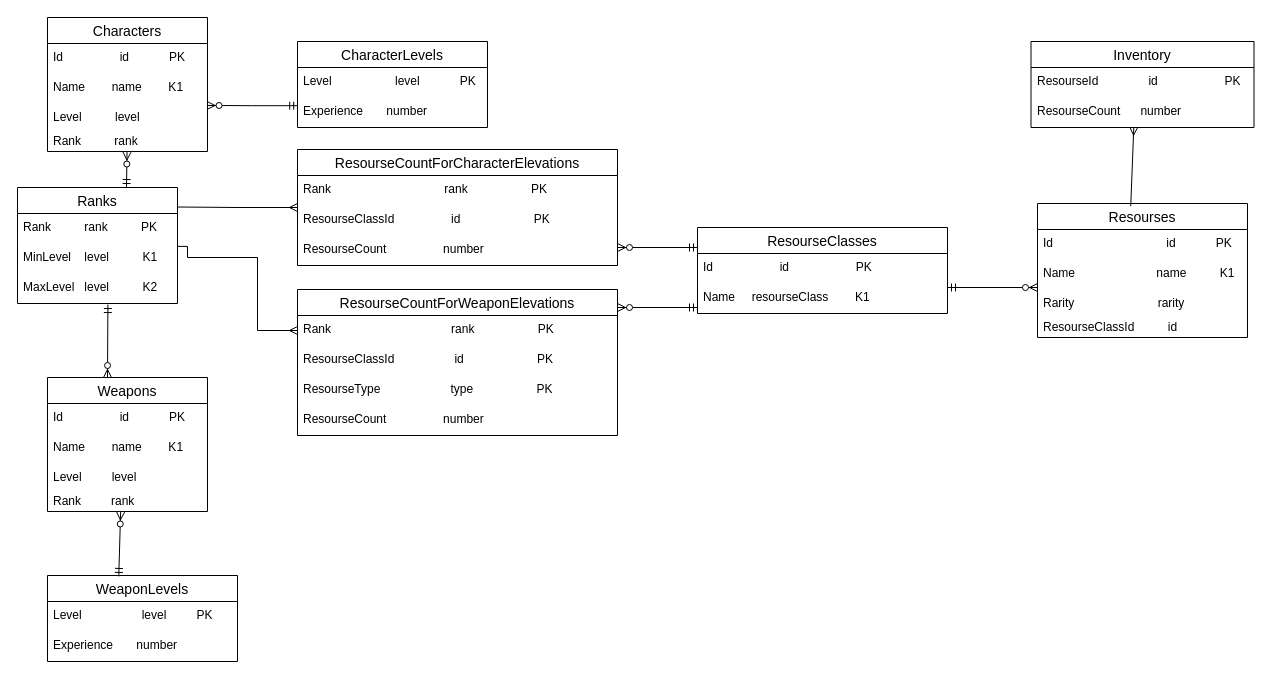
This is project/models/ERM.drawio from Matrixoid/itmo-database-course, a draw.io file, before an edit. Source tidied: cells renumbered, new cells numbered last; positions are measured from the earlier drawing's top-left corner, leaving out a move shared by most shapes. Both pictures are drawn from the tidied source at 100%, with x=0, y=0 at pixel (17, 17).
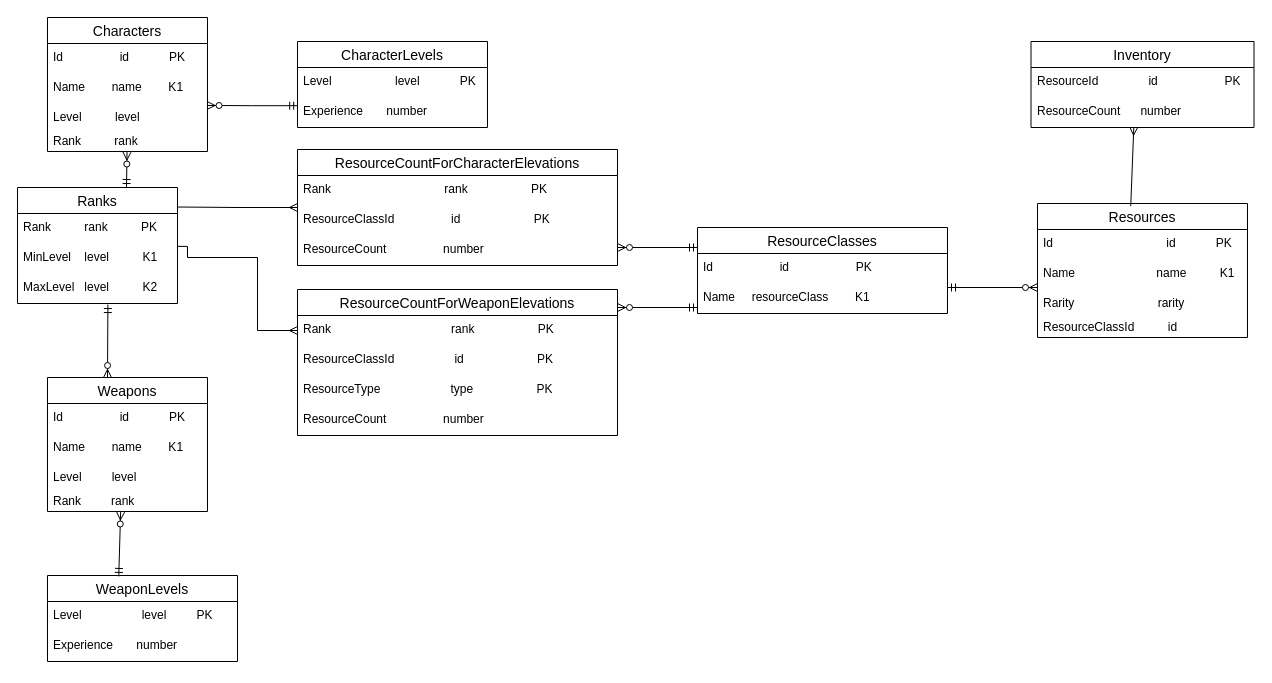
After the change.

Unchanged cells that the change refers to:
```xml
<mxCell id="35" value="Inventory" style="swimlane;fontStyle=0;horizontal=1;startSize=26;align=center;fontSize=14;" parent="1" vertex="1">
  <mxGeometry x="1013.5" y="24" width="223" height="86" as="geometry" />
</mxCell>
```

Diff of the diagram source:
```diff
@@
-    <mxCell id="7" value="Resourses" style="swimlane;fontStyle=0;horizontal=1;startSize=26;align=center;fontSize=14;" parent="1" vertex="1">
+    <mxCell id="7" value="Resources" style="swimlane;fontStyle=0;horizontal=1;startSize=26;align=center;fontSize=14;" parent="1" vertex="1">
       <mxGeometry x="1020" y="186" width="210" height="134" as="geometry" />
     </mxCell>
@@
-    <mxCell id="11" value="ResourseClassId&amp;nbsp; &amp;nbsp; &amp;nbsp; &amp;nbsp; &amp;nbsp; id" style="text;strokeColor=none;fillColor=none;spacingLeft=4;spacingRight=4;overflow=hidden;fontSize=12;whiteSpace=wrap;html=1;" parent="7" vertex="1">
+    <mxCell id="11" value="ResourceClassId&amp;nbsp; &amp;nbsp; &amp;nbsp; &amp;nbsp; &amp;nbsp; id" style="text;strokeColor=none;fillColor=none;spacingLeft=4;spacingRight=4;overflow=hidden;fontSize=12;whiteSpace=wrap;html=1;" parent="7" vertex="1">
       <mxGeometry y="110" width="210" height="24" as="geometry" />
     </mxCell>
-    <mxCell id="12" value="ResourseClasses" style="swimlane;fontStyle=0;horizontal=1;startSize=26;align=center;fontSize=14;" parent="1" vertex="1">
+    <mxCell id="12" value="ResourceClasses" style="swimlane;fontStyle=0;horizontal=1;startSize=26;align=center;fontSize=14;" parent="1" vertex="1">
       <mxGeometry x="680" y="210" width="250" height="86" as="geometry" />
     </mxCell>
@@
-    <mxCell id="14" value="Name&amp;nbsp; &amp;nbsp; &amp;nbsp;resourseClass&amp;nbsp; &amp;nbsp; &amp;nbsp; &amp;nbsp; K1" style="text;strokeColor=none;fillColor=none;spacingLeft=4;spacingRight=4;overflow=hidden;fontSize=12;whiteSpace=wrap;html=1;" parent="12" vertex="1">
+    <mxCell id="14" value="Name&amp;nbsp; &amp;nbsp; &amp;nbsp;resourceClass&amp;nbsp; &amp;nbsp; &amp;nbsp; &amp;nbsp; K1" style="text;strokeColor=none;fillColor=none;spacingLeft=4;spacingRight=4;overflow=hidden;fontSize=12;whiteSpace=wrap;html=1;" parent="12" vertex="1">
       <mxGeometry y="56" width="250" height="30" as="geometry" />
     </mxCell>
-    <mxCell id="15" value="ResourseCountForCharacterElevations" style="swimlane;fontStyle=0;horizontal=1;startSize=26;align=center;fontSize=14;" parent="1" vertex="1">
+    <mxCell id="15" value="ResourceCountForCharacterElevations" style="swimlane;fontStyle=0;horizontal=1;startSize=26;align=center;fontSize=14;" parent="1" vertex="1">
       <mxGeometry x="280" y="132" width="320" height="116" as="geometry" />
     </mxCell>
@@
-    <mxCell id="17" value="ResourseClassId&amp;nbsp; &amp;nbsp; &amp;nbsp; &amp;nbsp; &amp;nbsp; &amp;nbsp; &amp;nbsp; &amp;nbsp; &amp;nbsp;id&amp;nbsp; &amp;nbsp; &amp;nbsp; &amp;nbsp; &amp;nbsp; &amp;nbsp; &amp;nbsp; &amp;nbsp; &amp;nbsp; &amp;nbsp; &amp;nbsp; PK" style="text;strokeColor=none;fillColor=none;spacingLeft=4;spacingRight=4;overflow=hidden;fontSize=12;whiteSpace=wrap;html=1;" parent="15" vertex="1">
+    <mxCell id="17" value="ResourceClassId&amp;nbsp; &amp;nbsp; &amp;nbsp; &amp;nbsp; &amp;nbsp; &amp;nbsp; &amp;nbsp; &amp;nbsp; &amp;nbsp;id&amp;nbsp; &amp;nbsp; &amp;nbsp; &amp;nbsp; &amp;nbsp; &amp;nbsp; &amp;nbsp; &amp;nbsp; &amp;nbsp; &amp;nbsp; &amp;nbsp; PK" style="text;strokeColor=none;fillColor=none;spacingLeft=4;spacingRight=4;overflow=hidden;fontSize=12;whiteSpace=wrap;html=1;" parent="15" vertex="1">
       <mxGeometry y="56" width="320" height="30" as="geometry" />
     </mxCell>
-    <mxCell id="18" value="ResourseCount&amp;nbsp; &amp;nbsp; &amp;nbsp; &amp;nbsp; &amp;nbsp; &amp;nbsp; &amp;nbsp; &amp;nbsp; &amp;nbsp;number" style="text;strokeColor=none;fillColor=none;spacingLeft=4;spacingRight=4;overflow=hidden;fontSize=12;whiteSpace=wrap;html=1;" parent="15" vertex="1">
+    <mxCell id="18" value="ResourceCount&amp;nbsp; &amp;nbsp; &amp;nbsp; &amp;nbsp; &amp;nbsp; &amp;nbsp; &amp;nbsp; &amp;nbsp; &amp;nbsp;number" style="text;strokeColor=none;fillColor=none;spacingLeft=4;spacingRight=4;overflow=hidden;fontSize=12;whiteSpace=wrap;html=1;" parent="15" vertex="1">
       <mxGeometry y="86" width="320" height="30" as="geometry" />
     </mxCell>
@@
-    <mxCell id="27" value="ResourseCountForWeaponElevations" style="swimlane;fontStyle=0;horizontal=1;startSize=26;align=center;fontSize=14;" parent="1" vertex="1">
+    <mxCell id="27" value="ResourceCountForWeaponElevations" style="swimlane;fontStyle=0;horizontal=1;startSize=26;align=center;fontSize=14;" parent="1" vertex="1">
       <mxGeometry x="280" y="272" width="320" height="146" as="geometry" />
     </mxCell>
@@
-    <mxCell id="29" value="ResourseClassId&amp;nbsp; &amp;nbsp; &amp;nbsp; &amp;nbsp; &amp;nbsp; &amp;nbsp; &amp;nbsp; &amp;nbsp; &amp;nbsp; id&amp;nbsp; &amp;nbsp; &amp;nbsp; &amp;nbsp; &amp;nbsp; &amp;nbsp; &amp;nbsp; &amp;nbsp; &amp;nbsp; &amp;nbsp; &amp;nbsp; PK" style="text;strokeColor=none;fillColor=none;spacingLeft=4;spacingRight=4;overflow=hidden;fontSize=12;whiteSpace=wrap;html=1;" parent="27" vertex="1">
+    <mxCell id="29" value="ResourceClassId&amp;nbsp; &amp;nbsp; &amp;nbsp; &amp;nbsp; &amp;nbsp; &amp;nbsp; &amp;nbsp; &amp;nbsp; &amp;nbsp; id&amp;nbsp; &amp;nbsp; &amp;nbsp; &amp;nbsp; &amp;nbsp; &amp;nbsp; &amp;nbsp; &amp;nbsp; &amp;nbsp; &amp;nbsp; &amp;nbsp; PK" style="text;strokeColor=none;fillColor=none;spacingLeft=4;spacingRight=4;overflow=hidden;fontSize=12;whiteSpace=wrap;html=1;" parent="27" vertex="1">
       <mxGeometry y="56" width="320" height="30" as="geometry" />
     </mxCell>
-    <mxCell id="30" value="ResourseType&amp;nbsp; &amp;nbsp; &amp;nbsp; &amp;nbsp; &amp;nbsp; &amp;nbsp; &amp;nbsp; &amp;nbsp; &amp;nbsp; &amp;nbsp; &amp;nbsp;type&amp;nbsp; &amp;nbsp; &amp;nbsp; &amp;nbsp; &amp;nbsp; &amp;nbsp; &amp;nbsp; &amp;nbsp; &amp;nbsp; &amp;nbsp;PK" style="text;strokeColor=none;fillColor=none;spacingLeft=4;spacingRight=4;overflow=hidden;fontSize=12;whiteSpace=wrap;html=1;" parent="27" vertex="1">
+    <mxCell id="30" value="ResourceType&amp;nbsp; &amp;nbsp; &amp;nbsp; &amp;nbsp; &amp;nbsp; &amp;nbsp; &amp;nbsp; &amp;nbsp; &amp;nbsp; &amp;nbsp; &amp;nbsp;type&amp;nbsp; &amp;nbsp; &amp;nbsp; &amp;nbsp; &amp;nbsp; &amp;nbsp; &amp;nbsp; &amp;nbsp; &amp;nbsp; &amp;nbsp;PK" style="text;strokeColor=none;fillColor=none;spacingLeft=4;spacingRight=4;overflow=hidden;fontSize=12;whiteSpace=wrap;html=1;" parent="27" vertex="1">
       <mxGeometry y="86" width="320" height="30" as="geometry" />
     </mxCell>
-    <mxCell id="31" value="ResourseCount&amp;nbsp; &amp;nbsp; &amp;nbsp; &amp;nbsp; &amp;nbsp; &amp;nbsp; &amp;nbsp; &amp;nbsp; &amp;nbsp;number" style="text;strokeColor=none;fillColor=none;spacingLeft=4;spacingRight=4;overflow=hidden;fontSize=12;whiteSpace=wrap;html=1;" parent="27" vertex="1">
+    <mxCell id="31" value="ResourceCount&amp;nbsp; &amp;nbsp; &amp;nbsp; &amp;nbsp; &amp;nbsp; &amp;nbsp; &amp;nbsp; &amp;nbsp; &amp;nbsp;number" style="text;strokeColor=none;fillColor=none;spacingLeft=4;spacingRight=4;overflow=hidden;fontSize=12;whiteSpace=wrap;html=1;" parent="27" vertex="1">
       <mxGeometry y="116" width="320" height="30" as="geometry" />
     </mxCell>
@@
-    <mxCell id="36" value="ResourseId&amp;nbsp; &amp;nbsp; &amp;nbsp; &amp;nbsp; &amp;nbsp; &amp;nbsp; &amp;nbsp; &amp;nbsp;id&amp;nbsp; &amp;nbsp; &amp;nbsp; &amp;nbsp; &amp;nbsp; &amp;nbsp; &amp;nbsp; &amp;nbsp; &amp;nbsp; &amp;nbsp; PK" style="text;strokeColor=none;fillColor=none;spacingLeft=4;spacingRight=4;overflow=hidden;fontSize=12;whiteSpace=wrap;html=1;" parent="35" vertex="1">
+    <mxCell id="36" value="ResourceId&amp;nbsp; &amp;nbsp; &amp;nbsp; &amp;nbsp; &amp;nbsp; &amp;nbsp; &amp;nbsp; &amp;nbsp;id&amp;nbsp; &amp;nbsp; &amp;nbsp; &amp;nbsp; &amp;nbsp; &amp;nbsp; &amp;nbsp; &amp;nbsp; &amp;nbsp; &amp;nbsp; PK" style="text;strokeColor=none;fillColor=none;spacingLeft=4;spacingRight=4;overflow=hidden;fontSize=12;whiteSpace=wrap;html=1;" parent="35" vertex="1">
       <mxGeometry y="26" width="223" height="30" as="geometry" />
     </mxCell>
-    <mxCell id="37" value="ResourseCount&amp;nbsp; &amp;nbsp; &amp;nbsp; number" style="text;strokeColor=none;fillColor=none;spacingLeft=4;spacingRight=4;overflow=hidden;points=[[0,0.5],[1,0.5]];portConstraint=eastwest;fontSize=12;whiteSpace=wrap;html=1;" parent="35" vertex="1">
+    <mxCell id="37" value="ResourceCount&amp;nbsp; &amp;nbsp; &amp;nbsp; number" style="text;strokeColor=none;fillColor=none;spacingLeft=4;spacingRight=4;overflow=hidden;points=[[0,0.5],[1,0.5]];portConstraint=eastwest;fontSize=12;whiteSpace=wrap;html=1;" parent="35" vertex="1">
       <mxGeometry y="56" width="223" height="30" as="geometry" />
     </mxCell>
```
